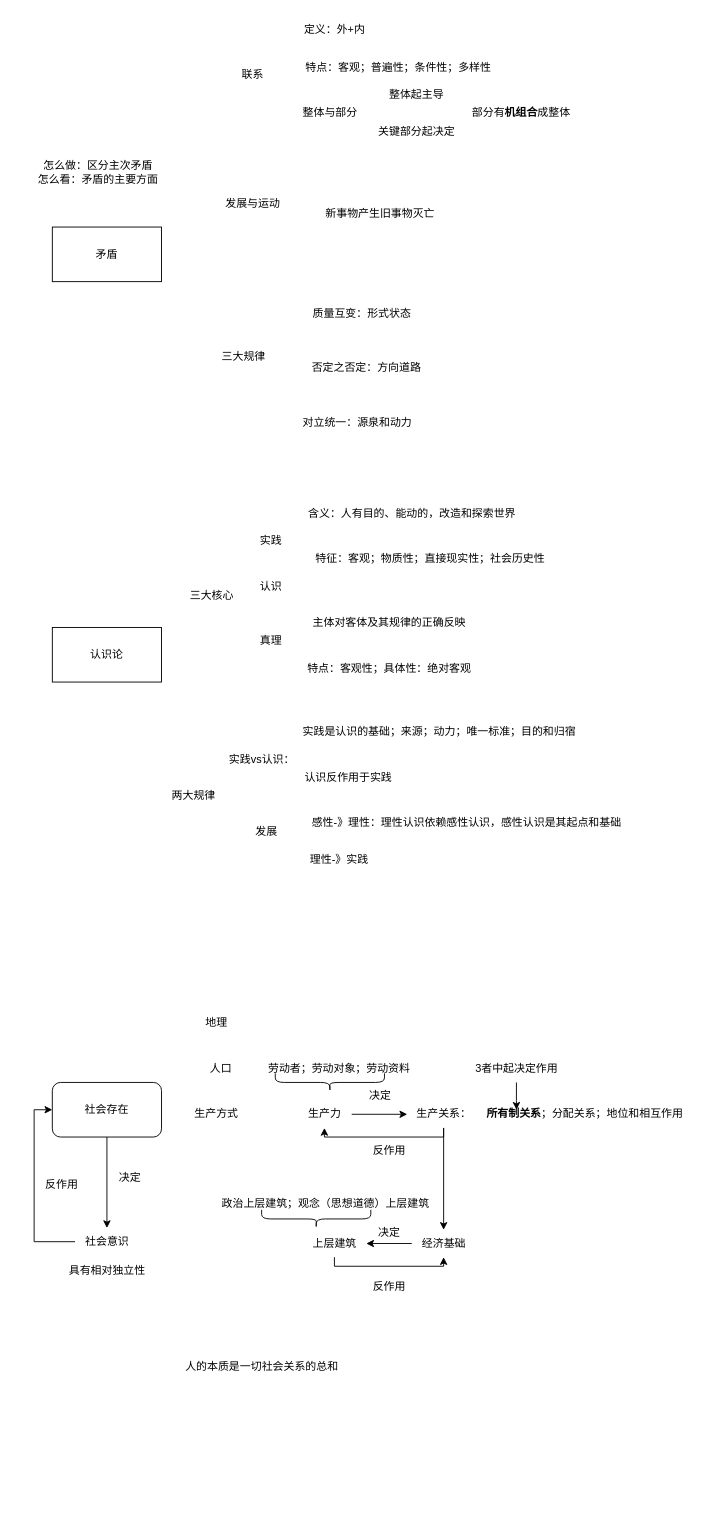
Earlier version of the draw.io diagram 公积.drawio (cguank/-). Source tidied: cells renumbered, new cells numbered last; positions are measured from the earlier drawing's top-left corner, leaving out a move shared by most shapes. Both pictures are drawn from the tidied source at 91%, with x=0, y=0 at pixel (25, 15).
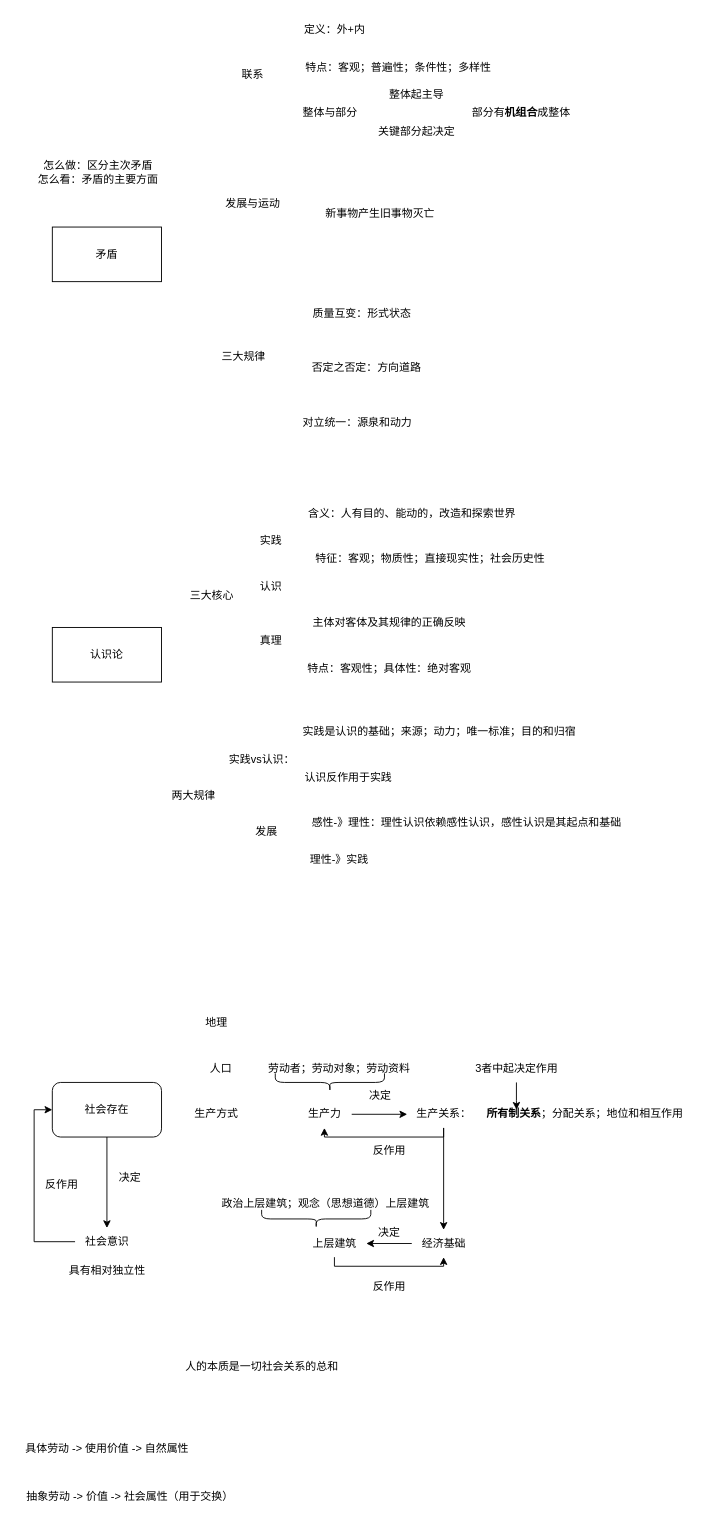
The same page after the edit.

What changed in the source:
```diff
@@
+    <mxCell id="64" value="具体劳动 -&amp;gt; 使用价值 -&amp;gt; 自然属性" style="text;html=1;align=center;verticalAlign=middle;strokeColor=none;fillColor=none;" parent="1" vertex="1">
+      <mxGeometry x="-10" y="1560" width="200" height="30" as="geometry" />
+    </mxCell>
+    <mxCell id="65" value="抽象劳动 -&amp;gt; 价值 -&amp;gt; 社会属性（用于交换）" style="text;html=1;align=center;verticalAlign=middle;strokeColor=none;fillColor=none;" parent="1" vertex="1">
+      <mxGeometry x="-10" y="1612" width="250" height="30" as="geometry" />
+    </mxCell>
```
